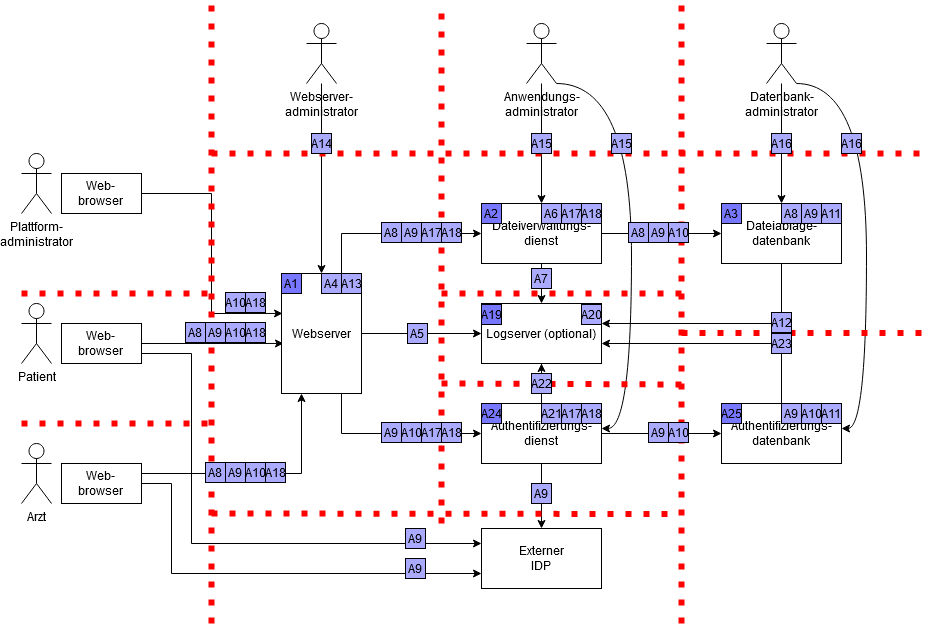
DavidFambach/Abgabe-ASE-Patientenakte keeps this draw.io diagram as Dokumente/Architekturüberblick/Architekturüberblick (Schutzobjekte und Vertrauensgrenzen).png. Above is the earlier version. Source tidied: cells renumbered, new cells last; positions are measured from the earlier drawing's top-left corner, leaving out a move shared by most shapes.
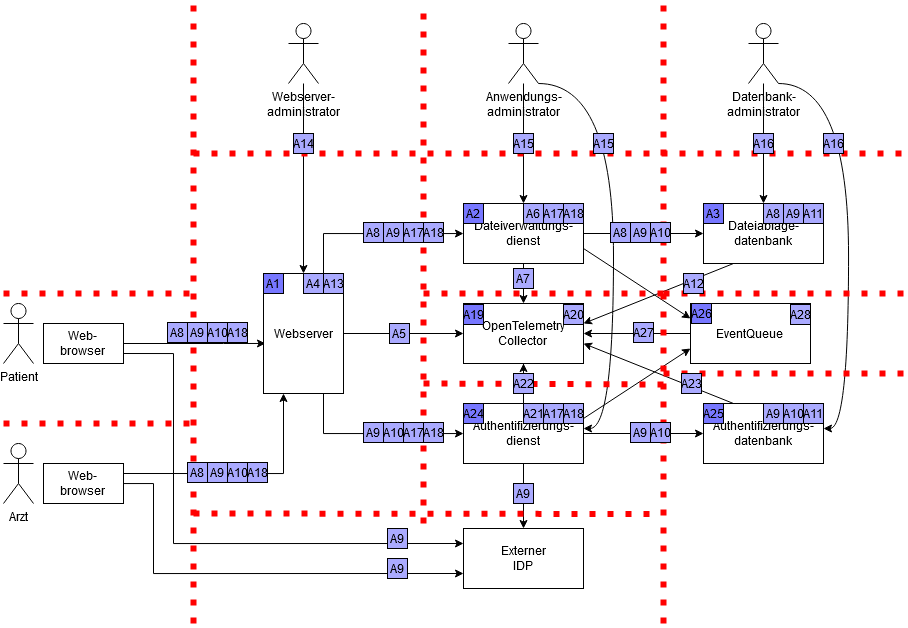
Later version of the same file.

Commit message:
add RabbitMQ to Architekturüberblick

What changed in the source:
```diff
@@ -8,11 +8,10 @@
     <mxCell id="3" value="Arzt" style="shape=umlActor;verticalLabelPosition=bottom;verticalAlign=top;html=1;" parent="1" vertex="1">
       <mxGeometry y="440" width="30" height="60" as="geometry" />
     </mxCell>
-    <mxCell id="4" value="&lt;div&gt;Plattform-&lt;/div&gt;&lt;div&gt;administrator&lt;/div&gt;" style="shape=umlActor;verticalLabelPosition=bottom;verticalAlign=top;html=1;" parent="1" vertex="1">
-      <mxGeometry y="150" width="30" height="60" as="geometry" />
-    </mxCell>
-    <mxCell id="5" style="rounded=0;jettySize=auto;html=1;exitX=1;exitY=0.5;exitDx=0;exitDy=0;entryX=0.025;entryY=0.583;entryDx=0;entryDy=0;startArrow=none;startFill=0;entryPerimeter=0;" parent="1" edge="1" source="6" target="34">
-      <mxGeometry relative="1" as="geometry" />
+    <mxCell id="5" style="rounded=0;jettySize=auto;html=1;exitX=1;exitY=0.5;exitDx=0;exitDy=0;entryX=0.025;entryY=0.583;entryDx=0;entryDy=0;startArrow=none;startFill=0;entryPerimeter=0;" parent="1" edge="1" target="34">
+      <mxGeometry relative="1" as="geometry">
+        <mxPoint x="220" y="340" as="sourcePoint" />
+      </mxGeometry>
     </mxCell>
     <mxCell id="6" value="&lt;div&gt;Web-&lt;/div&gt;&lt;div&gt;browser&lt;br&gt;&lt;/div&gt;" style="rounded=0;whiteSpace=wrap;html=1;" parent="1" vertex="1">
       <mxGeometry x="40" y="320" width="80" height="40" as="geometry" />
@@ -29,9 +28,6 @@
     <mxCell id="8" value="&lt;div&gt;Web-&lt;/div&gt;&lt;div&gt;browser&lt;br&gt;&lt;/div&gt;" style="rounded=0;whiteSpace=wrap;html=1;" parent="1" vertex="1">
       <mxGeometry x="40" y="460" width="80" height="40" as="geometry" />
     </mxCell>
-    <mxCell id="9" value="&lt;div&gt;Web-&lt;/div&gt;&lt;div&gt;browser&lt;br&gt;&lt;/div&gt;" style="rounded=0;whiteSpace=wrap;html=1;" parent="1" vertex="1">
-      <mxGeometry x="40" y="170" width="80" height="40" as="geometry" />
-    </mxCell>
     <mxCell id="10" value="&lt;div&gt;Externer&lt;/div&gt;&lt;div&gt;IDP&lt;br&gt;&lt;/div&gt;" style="rounded=0;whiteSpace=wrap;html=1;" parent="1" vertex="1">
       <mxGeometry x="460" y="525" width="120" height="60" as="geometry" />
     </mxCell>
@@ -41,22 +37,16 @@
     <mxCell id="12" style="edgeStyle=orthogonalEdgeStyle;rounded=0;jettySize=auto;html=1;exitX=0.5;exitY=1;exitDx=0;exitDy=0;entryX=0.5;entryY=0;entryDx=0;entryDy=0;" parent="1" edge="1" source="13" target="16">
       <mxGeometry relative="1" as="geometry" />
     </mxCell>
+    <mxCell id="109" style="edgeStyle=none;rounded=0;jettySize=auto;html=1;exitX=1;exitY=0.75;exitDx=0;exitDy=0;entryX=0;entryY=0.25;entryDx=0;entryDy=0;fontSize=17;" parent="1" edge="1" source="13" target="112">
+      <mxGeometry relative="1" as="geometry" />
+    </mxCell>
     <mxCell id="13" value="&lt;div&gt;Dateiverwaltungs-&lt;/div&gt;&lt;div&gt;dienst&lt;br&gt;&lt;/div&gt;" style="rounded=0;whiteSpace=wrap;html=1;" parent="1" vertex="1">
       <mxGeometry x="460" y="200" width="120" height="60" as="geometry" />
     </mxCell>
-    <mxCell id="14" style="edgeStyle=orthogonalEdgeStyle;rounded=0;jettySize=auto;html=1;exitX=0.5;exitY=1;exitDx=0;exitDy=0;" parent="1" edge="1" source="15">
-      <mxGeometry relative="1" as="geometry">
-        <mxPoint x="580" y="320" as="targetPoint" />
-        <Array as="points">
-          <mxPoint x="760" y="320" />
-          <mxPoint x="580" y="320" />
-        </Array>
-      </mxGeometry>
-    </mxCell>
     <mxCell id="15" value="Dateiablage-datenbank" style="rounded=0;whiteSpace=wrap;html=1;" parent="1" vertex="1">
       <mxGeometry x="700" y="200" width="120" height="60" as="geometry" />
     </mxCell>
-    <mxCell id="16" value="Logserver (optional)" style="rounded=0;whiteSpace=wrap;html=1;" parent="1" vertex="1">
+    <mxCell id="16" value="&lt;span&gt;&lt;span class=&quot;hcV4Re nkGKTb&quot;&gt;OpenTelemetry Collector&lt;br&gt;&lt;/span&gt;&lt;/span&gt;" style="rounded=0;whiteSpace=wrap;html=1;" parent="1" vertex="1">
       <mxGeometry x="460" y="300" width="120" height="60" as="geometry" />
     </mxCell>
     <mxCell id="17" style="edgeStyle=orthogonalEdgeStyle;rounded=0;jettySize=auto;html=1;startArrow=none;startFill=0;endArrow=classic;endFill=1;" parent="1" edge="1" source="19" target="13">
@@ -115,16 +105,15 @@
     <mxCell id="28" style="edgeStyle=orthogonalEdgeStyle;rounded=0;jettySize=auto;html=1;exitX=1;exitY=0.5;exitDx=0;exitDy=0;entryX=0;entryY=0.5;entryDx=0;entryDy=0;" parent="1" edge="1" source="29" target="31">
       <mxGeometry relative="1" as="geometry" />
     </mxCell>
+    <mxCell id="110" style="edgeStyle=none;rounded=0;jettySize=auto;html=1;exitX=1;exitY=0.25;exitDx=0;exitDy=0;entryX=0;entryY=0.75;entryDx=0;entryDy=0;fontSize=17;" parent="1" edge="1" source="29" target="112">
+      <mxGeometry relative="1" as="geometry" />
+    </mxCell>
     <mxCell id="29" value="&lt;div&gt;Authentifizierungs-&lt;/div&gt;&lt;div&gt;dienst&lt;br&gt;&lt;/div&gt;" style="rounded=0;whiteSpace=wrap;html=1;" parent="1" vertex="1">
       <mxGeometry x="460" y="400" width="120" height="60" as="geometry" />
     </mxCell>
-    <mxCell id="30" style="edgeStyle=orthogonalEdgeStyle;rounded=0;jettySize=auto;html=1;exitX=0.5;exitY=0;exitDx=0;exitDy=0;" parent="1" edge="1" source="31">
+    <mxCell id="30" style="rounded=0;jettySize=auto;html=1;exitX=0.25;exitY=0;exitDx=0;exitDy=0;startArrow=none;" parent="1" edge="1" source="31">
       <mxGeometry relative="1" as="geometry">
         <mxPoint x="580" y="340" as="targetPoint" />
-        <Array as="points">
-          <mxPoint x="760" y="340" />
-          <mxPoint x="580" y="340" />
-        </Array>
       </mxGeometry>
     </mxCell>
     <mxCell id="31" value="Authentifizierungs-datenbank" style="rounded=0;whiteSpace=wrap;html=1;" parent="1" vertex="1">
@@ -158,16 +147,6 @@
         <mxPoint x="520" y="480" as="targetPoint" />
       </mxGeometry>
     </mxCell>
-    <mxCell id="37" style="edgeStyle=orthogonalEdgeStyle;rounded=0;orthogonalLoop=1;jettySize=auto;html=1;exitX=1;exitY=0.5;exitDx=0;exitDy=0;entryX=0.013;entryY=0.333;entryDx=0;entryDy=0;entryPerimeter=0;" parent="1" edge="1">
-      <mxGeometry relative="1" as="geometry">
-        <mxPoint x="120" y="190" as="sourcePoint" />
-        <mxPoint x="261" y="310" as="targetPoint" />
-        <Array as="points">
-          <mxPoint x="190" y="190" />
-          <mxPoint x="190" y="310" />
-        </Array>
-      </mxGeometry>
-    </mxCell>
     <mxCell id="38" style="edgeStyle=orthogonalEdgeStyle;rounded=0;jettySize=auto;html=1;exitX=0.5;exitY=0;exitDx=0;exitDy=0;entryX=0.5;entryY=1;entryDx=0;entryDy=0;endArrow=none;" parent="1" edge="1" source="29" target="16">
       <mxGeometry relative="1" as="geometry" />
     </mxCell>
@@ -177,6 +156,23 @@
         <mxPoint x="520" y="525" as="targetPoint" />
       </mxGeometry>
     </mxCell>
+    <mxCell id="111" style="edgeStyle=none;rounded=0;jettySize=auto;html=1;exitX=0;exitY=0.5;exitDx=0;exitDy=0;entryX=1;entryY=0.5;entryDx=0;entryDy=0;fontSize=17;" parent="1" edge="1" source="112" target="16">
+      <mxGeometry relative="1" as="geometry" />
+    </mxCell>
+    <mxCell id="112" value="&lt;span&gt;EventQueue&lt;em&gt;&lt;br&gt;&lt;/em&gt;&lt;/span&gt;" style="rounded=0;whiteSpace=wrap;html=1;" parent="1" vertex="1">
+      <mxGeometry x="687" y="300" width="120" height="60" as="geometry" />
+    </mxCell>
+    <mxCell id="113" style="rounded=0;orthogonalLoop=1;jettySize=auto;html=1;exitX=0.25;exitY=1;exitDx=0;exitDy=0;" parent="1" edge="1">
+      <mxGeometry relative="1" as="geometry">
+        <mxPoint x="730" y="260" as="sourcePoint" />
+        <mxPoint x="580" y="320" as="targetPoint" />
+      </mxGeometry>
+    </mxCell>
+    <mxCell id="114" style="rounded=0;jettySize=auto;html=1;exitX=1;exitY=0.5;exitDx=0;exitDy=0;startArrow=none;startFill=0;endArrow=none;" parent="1" edge="1" source="6">
+      <mxGeometry relative="1" as="geometry">
+        <mxPoint x="220" y="340" as="targetPoint" />
+      </mxGeometry>
+    </mxCell>
     <mxCell id="40" value="Vertrauensgrenzen" parent="0" />
     <mxCell id="41" style="endArrow=none;dashed=1;html=1;strokeWidth=6;rounded=0;strokeColor=#ff0000;dashPattern=1 2;" parent="40" edge="1">
       <mxGeometry relative="1" as="geometry">
@@ -228,8 +224,8 @@
     </mxCell>
     <mxCell id="49" style="endArrow=none;dashed=1;html=1;strokeWidth=6;rounded=0;strokeColor=#ff0000;dashPattern=1 2;" parent="40" edge="1">
       <mxGeometry relative="1" as="geometry">
-        <mxPoint x="660" y="329.5" as="sourcePoint" />
-        <mxPoint x="900" y="329.5" as="targetPoint" />
+        <mxPoint x="660" y="370" as="sourcePoint" />
+        <mxPoint x="900" y="370" as="targetPoint" />
       </mxGeometry>
     </mxCell>
     <mxCell id="50" style="endArrow=none;dashed=1;html=1;strokeWidth=6;rounded=0;strokeColor=#ff0000;dashPattern=1 2;" parent="40" edge="1">
@@ -241,6 +237,12 @@
         </Array>
       </mxGeometry>
     </mxCell>
+    <mxCell id="115" style="endArrow=none;dashed=1;html=1;strokeWidth=6;rounded=0;strokeColor=#ff0000;dashPattern=1 2;" parent="40" edge="1">
+      <mxGeometry relative="1" as="geometry">
+        <mxPoint x="660" y="290" as="sourcePoint" />
+        <mxPoint x="900" y="290" as="targetPoint" />
+      </mxGeometry>
+    </mxCell>
     <mxCell id="51" value="Schutzobjekte" parent="0" />
     <mxCell id="52" value="A1" style="whiteSpace=wrap;html=1;fillColor=#7777FF;" parent="51" vertex="1">
       <mxGeometry x="260" y="270" width="20" height="20" as="geometry" />
@@ -273,7 +275,7 @@
       <mxGeometry x="800" y="200" width="20" height="20" as="geometry" />
     </mxCell>
     <mxCell id="62" value="A12" style="whiteSpace=wrap;html=1;fillColor=#aaaaFF;" parent="51" vertex="1">
-      <mxGeometry x="750" y="309" width="20" height="20" as="geometry" />
+      <mxGeometry x="680" y="270" width="20" height="20" as="geometry" />
     </mxCell>
     <mxCell id="63" value="A9" style="whiteSpace=wrap;html=1;fillColor=#aaaaFF;" parent="51" vertex="1">
       <mxGeometry x="184" y="319" width="20" height="20" as="geometry" />
@@ -353,12 +355,6 @@
     <mxCell id="88" value="A18" style="whiteSpace=wrap;html=1;fillColor=#aaaaFF;" parent="51" vertex="1">
       <mxGeometry x="244" y="459" width="20" height="20" as="geometry" />
     </mxCell>
-    <mxCell id="89" value="A10" style="whiteSpace=wrap;html=1;fillColor=#aaaaFF;" parent="51" vertex="1">
-      <mxGeometry x="204" y="289" width="20" height="20" as="geometry" />
-    </mxCell>
-    <mxCell id="90" value="A18" style="whiteSpace=wrap;html=1;fillColor=#aaaaFF;" parent="51" vertex="1">
-      <mxGeometry x="224" y="289" width="20" height="20" as="geometry" />
-    </mxCell>
     <mxCell id="91" value="A21" style="whiteSpace=wrap;html=1;fillColor=#aaaaFF;" parent="51" vertex="1">
       <mxGeometry x="520" y="400" width="20" height="20" as="geometry" />
     </mxCell>
@@ -386,9 +382,6 @@
     <mxCell id="99" value="A18" style="whiteSpace=wrap;html=1;fillColor=#aaaaFF;" parent="51" vertex="1">
       <mxGeometry x="420" y="419" width="20" height="20" as="geometry" />
     </mxCell>
-    <mxCell id="100" value="A23" style="whiteSpace=wrap;html=1;fillColor=#aaaaFF;" parent="51" vertex="1">
-      <mxGeometry x="750" y="330" width="20" height="20" as="geometry" />
-    </mxCell>
     <mxCell id="101" value="A24" style="whiteSpace=wrap;html=1;fillColor=#7777FF;" parent="51" vertex="1">
       <mxGeometry x="460" y="400" width="20" height="20" as="geometry" />
     </mxCell>
@@ -413,5 +406,17 @@
     <mxCell id="108" value="A22" style="whiteSpace=wrap;html=1;fillColor=#aaaaFF;" parent="51" vertex="1">
       <mxGeometry x="510" y="370" width="20" height="20" as="geometry" />
     </mxCell>
+    <mxCell id="100" value="A23" style="whiteSpace=wrap;html=1;fillColor=#aaaaFF;" parent="51" vertex="1">
+      <mxGeometry x="678" y="370" width="20" height="20" as="geometry" />
+    </mxCell>
+    <mxCell id="116" value="A26" style="whiteSpace=wrap;html=1;fillColor=#7777FF;" parent="51" vertex="1">
+      <mxGeometry x="688" y="300" width="20" height="20" as="geometry" />
+    </mxCell>
+    <mxCell id="117" value="A27" style="whiteSpace=wrap;html=1;fillColor=#aaaaFF;" parent="51" vertex="1">
+      <mxGeometry x="630" y="319" width="20" height="20" as="geometry" />
+    </mxCell>
+    <mxCell id="118" value="A28" style="whiteSpace=wrap;html=1;fillColor=#aaaaFF;" parent="51" vertex="1">
+      <mxGeometry x="787" y="301" width="20" height="20" as="geometry" />
+    </mxCell>
   </root>
 </mxGraphModel>
```
